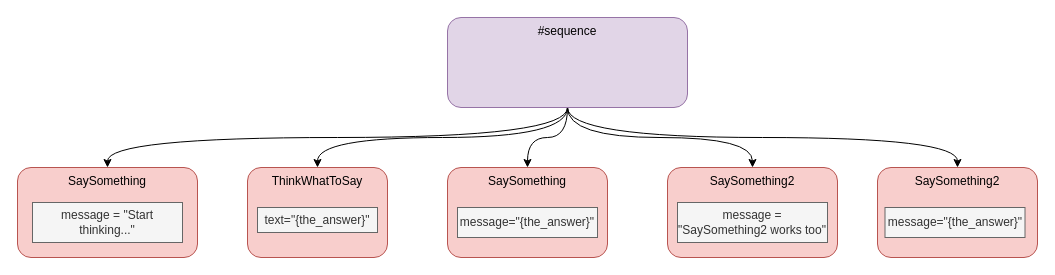
guitarvydas/behavior_tree_to_cpp keeps this draw.io diagram as tree.drawio. Above is the earlier version. Source tidied: cells renumbered, new cells numbered last; positions are measured from the earlier drawing's top-left corner, leaving out a move shared by most shapes. Both pictures are drawn from the tidied source at 100%, with x=0, y=0 at pixel (17, 17).
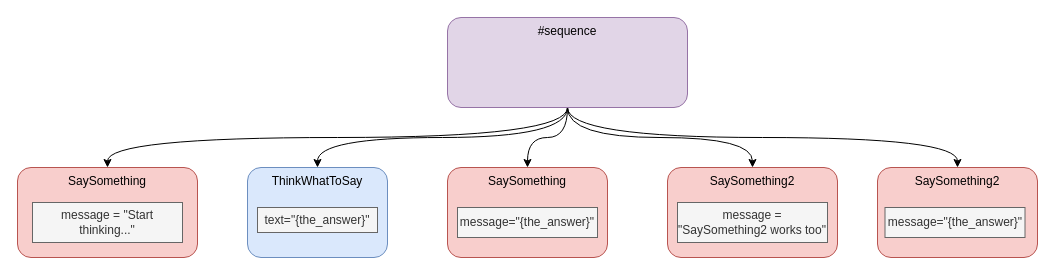
After the change.

Diff of the diagram source:
```diff
@@
 <mxGraphModel>
   <root>
     <mxCell id="0" />
     <mxCell id="1" parent="0" />
     <mxCell id="2" style="edgeStyle=orthogonalEdgeStyle;jettySize=auto;html=1;exitX=0.5;exitY=1;exitDx=0;exitDy=0;verticalAlign=top;curved=1;" parent="1" edge="1" source="7" target="8">
       <mxGeometry relative="1" as="geometry" />
     </mxCell>
     <mxCell id="3" style="edgeStyle=orthogonalEdgeStyle;jettySize=auto;html=1;exitX=0.5;exitY=1;exitDx=0;exitDy=0;curved=1;verticalAlign=top;" parent="1" edge="1" source="7" target="11">
       <mxGeometry relative="1" as="geometry" />
     </mxCell>
     <mxCell id="4" style="edgeStyle=orthogonalEdgeStyle;curved=1;jettySize=auto;html=1;exitX=0.5;exitY=1;exitDx=0;exitDy=0;entryX=0.5;entryY=0;entryDx=0;entryDy=0;verticalAlign=top;" parent="1" edge="1" source="7" target="12">
       <mxGeometry relative="1" as="geometry" />
     </mxCell>
     <mxCell id="5" style="edgeStyle=orthogonalEdgeStyle;curved=1;jettySize=auto;html=1;exitX=0.5;exitY=1;exitDx=0;exitDy=0;entryX=0.5;entryY=0;entryDx=0;entryDy=0;verticalAlign=top;" parent="1" edge="1" source="7" target="9">
       <mxGeometry relative="1" as="geometry" />
     </mxCell>
     <mxCell id="6" style="edgeStyle=orthogonalEdgeStyle;curved=1;jettySize=auto;html=1;exitX=0.5;exitY=1;exitDx=0;exitDy=0;entryX=0.5;entryY=0;entryDx=0;entryDy=0;verticalAlign=top;" parent="1" edge="1" source="7" target="10">
       <mxGeometry relative="1" as="geometry" />
     </mxCell>
     <mxCell id="7" value="#sequence" style="rounded=1;whiteSpace=wrap;html=1;verticalAlign=top;fillColor=#e1d5e7;strokeColor=#9673a6;" parent="1" vertex="1">
       <mxGeometry x="430" width="240" height="90" as="geometry" />
     </mxCell>
     <mxCell id="8" value="SaySomething" style="rounded=1;whiteSpace=wrap;html=1;verticalAlign=top;fillColor=#f8cecc;strokeColor=#b85450;" parent="1" vertex="1">
       <mxGeometry x="430" y="150" width="160" height="90" as="geometry" />
     </mxCell>
     <mxCell id="9" value="SaySomething2" style="rounded=1;whiteSpace=wrap;html=1;verticalAlign=top;fillColor=#f8cecc;strokeColor=#b85450;" parent="1" vertex="1">
       <mxGeometry x="650" y="150" width="170" height="90" as="geometry" />
     </mxCell>
     <mxCell id="10" value="SaySomething2" style="rounded=1;whiteSpace=wrap;html=1;verticalAlign=top;fillColor=#f8cecc;strokeColor=#b85450;" parent="1" vertex="1">
       <mxGeometry x="860" y="150" width="160" height="90" as="geometry" />
     </mxCell>
-    <mxCell id="11" value="ThinkWhatToSay" style="rounded=1;whiteSpace=wrap;html=1;verticalAlign=top;fillColor=#f8cecc;strokeColor=#b85450;" parent="1" vertex="1">
+    <mxCell id="11" value="ThinkWhatToSay" style="rounded=1;whiteSpace=wrap;html=1;verticalAlign=top;fillColor=#dae8fc;strokeColor=#6c8ebf;" parent="1" vertex="1">
       <mxGeometry x="230" y="150" width="140" height="90" as="geometry" />
     </mxCell>
     <mxCell id="12" value="SaySomething" style="rounded=1;whiteSpace=wrap;html=1;verticalAlign=top;fillColor=#f8cecc;strokeColor=#b85450;" parent="1" vertex="1">
       <mxGeometry y="150" width="180" height="90" as="geometry" />
     </mxCell>
     <mxCell id="13" value="message = &quot;SaySomething2 works too&quot;" style="rounded=0;whiteSpace=wrap;html=1;fillColor=#f5f5f5;strokeColor=#666666;fontColor=#333333;" parent="1" vertex="1">
       <mxGeometry x="660" y="185" width="150" height="40" as="geometry" />
     </mxCell>
     <mxCell id="14" value="text=&quot;{the_answer}&quot;" style="rounded=0;whiteSpace=wrap;html=1;fillColor=#f5f5f5;strokeColor=#666666;fontColor=#333333;" parent="1" vertex="1">
       <mxGeometry x="240" y="190" width="120" height="25" as="geometry" />
     </mxCell>
     <mxCell id="15" value="message=&quot;{the_answer}&quot;" style="rounded=0;whiteSpace=wrap;html=1;fillColor=#f5f5f5;strokeColor=#666666;fontColor=#333333;" parent="1" vertex="1">
       <mxGeometry x="440" y="190" width="140" height="30" as="geometry" />
     </mxCell>
     <mxCell id="16" value="message=&quot;{the_answer}&quot;" style="rounded=0;whiteSpace=wrap;html=1;fillColor=#f5f5f5;strokeColor=#666666;fontColor=#333333;" parent="1" vertex="1">
       <mxGeometry x="867.5" y="190" width="140" height="30" as="geometry" />
     </mxCell>
     <mxCell id="17" value="message = &quot;Start thinking...&quot;" style="rounded=0;whiteSpace=wrap;html=1;fillColor=#f5f5f5;strokeColor=#666666;fontColor=#333333;" parent="1" vertex="1">
       <mxGeometry x="15" y="185" width="150" height="40" as="geometry" />
     </mxCell>
   </root>
 </mxGraphModel>
```
